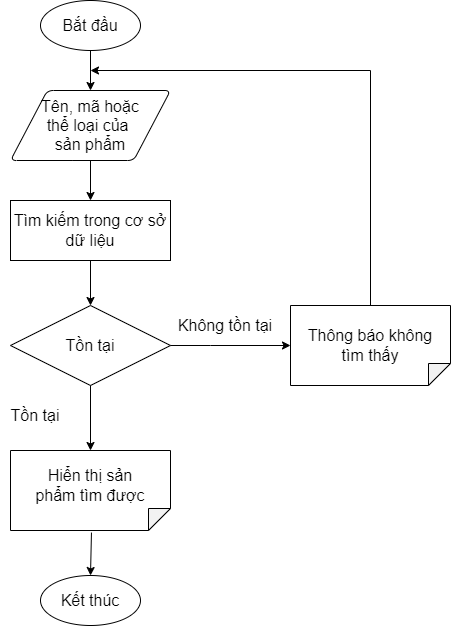
The draw.io diagram BRD & PRD/PRD/Image/WorkflowSearchProduct.png in hungtadasuke/CoffeShop_SoftwareTechnology, before a commit. Source tidied: cells renumbered, new cells last; positions are measured from the earlier drawing's top-left corner, leaving out a move shared by most shapes. The source it was exported from:
```xml
<mxGraphModel>
  <root>
    <mxCell id="0" />
    <mxCell id="1" parent="0" />
    <mxCell id="2" style="strokeWidth=1;html=1;shape=mxgraph.flowchart.start_1;whiteSpace=wrap;fontStyle=0;fontSize=16;" parent="1" vertex="1">
      <mxGeometry x="40" width="100" height="50" as="geometry" />
    </mxCell>
    <mxCell id="3" value="&lt;span style=&quot;font-size: 16px;&quot;&gt;&lt;font style=&quot;font-size: 16px;&quot;&gt;Bắt đầu&lt;/font&gt;&lt;/span&gt;" style="text;html=1;strokeColor=none;fillColor=none;align=center;verticalAlign=middle;whiteSpace=wrap;rounded=0;strokeWidth=1;fontStyle=0;fontSize=16;" parent="1" vertex="1">
      <mxGeometry x="60" y="10" width="60" height="30" as="geometry" />
    </mxCell>
    <mxCell id="4" style="endArrow=classic;html=1;rounded=0;fontSize=16;exitX=0.5;exitY=1;exitDx=0;exitDy=0;exitPerimeter=0;fontStyle=0;strokeWidth=1;" parent="1" edge="1" source="2">
      <mxGeometry relative="1" as="geometry">
        <mxPoint x="90" y="90" as="targetPoint" />
      </mxGeometry>
    </mxCell>
    <mxCell id="5" style="shape=parallelogram;html=1;strokeWidth=1;perimeter=parallelogramPerimeter;whiteSpace=wrap;rounded=1;arcSize=12;size=0.23;fontSize=16;fontStyle=0;" parent="1" vertex="1">
      <mxGeometry x="10" y="90" width="160" height="70" as="geometry" />
    </mxCell>
    <mxCell id="6" value="Tên, mã&amp;nbsp;&lt;font style=&quot;font-size: 16px&quot;&gt;&lt;span lang=&quot;VI&quot; style=&quot;line-height: 107%&quot;&gt;hoặc thể loại&lt;/span&gt;&lt;span style=&quot;line-height: 107%&quot;&gt; của&lt;/span&gt;&lt;/font&gt;&lt;span style=&quot;font-size: 13pt ; line-height: 107%&quot;&gt;&amp;nbsp;&lt;/span&gt;&lt;br&gt;sản phẩm" style="text;html=1;strokeColor=none;fillColor=none;align=center;verticalAlign=middle;whiteSpace=wrap;rounded=0;fontSize=16;fontStyle=0;strokeWidth=1;" parent="1" vertex="1">
      <mxGeometry x="40" y="110" width="100" height="30" as="geometry" />
    </mxCell>
    <mxCell id="7" style="endArrow=classic;html=1;rounded=0;fontSize=16;strokeWidth=1;entryX=0.5;entryY=0;entryDx=0;entryDy=0;" parent="1" edge="1" target="20">
      <mxGeometry relative="1" as="geometry">
        <mxPoint x="90" y="160" as="sourcePoint" />
      </mxGeometry>
    </mxCell>
    <mxCell id="8" value="Tồn tại" style="rhombus;whiteSpace=wrap;html=1;fontSize=16;strokeWidth=1;" parent="1" vertex="1">
      <mxGeometry x="10" y="305" width="160" height="80" as="geometry" />
    </mxCell>
    <mxCell id="9" value="Tồn tại" style="text;html=1;strokeColor=none;fillColor=none;align=center;verticalAlign=middle;whiteSpace=wrap;rounded=0;strokeWidth=1;fontStyle=0;fontSize=16;" parent="1" vertex="1">
      <mxGeometry y="400" width="70" height="30" as="geometry" />
    </mxCell>
    <mxCell id="10" style="endArrow=classic;html=1;rounded=0;fontSize=16;strokeWidth=1;exitX=0.5;exitY=1;exitDx=0;exitDy=0;" parent="1" edge="1" source="8" target="11">
      <mxGeometry relative="1" as="geometry" />
    </mxCell>
    <mxCell id="11" style="shape=note;whiteSpace=wrap;html=1;backgroundOutline=1;darkOpacity=0.05;fontSize=16;strokeWidth=1;rotation=90;size=22;" parent="1" vertex="1">
      <mxGeometry x="50" y="410" width="80" height="160" as="geometry" />
    </mxCell>
    <mxCell id="12" value="Hiển thị sản phẩm tìm được" style="text;html=1;strokeColor=none;fillColor=none;align=center;verticalAlign=middle;whiteSpace=wrap;rounded=0;fontSize=16;fontStyle=0;strokeWidth=1;" parent="1" vertex="1">
      <mxGeometry x="25" y="470" width="130" height="30" as="geometry" />
    </mxCell>
    <mxCell id="13" value="Không tồn tại" style="text;html=1;strokeColor=none;fillColor=none;align=center;verticalAlign=middle;whiteSpace=wrap;rounded=0;fontSize=16;" parent="1" vertex="1">
      <mxGeometry x="170" y="310" width="110" height="30" as="geometry" />
    </mxCell>
    <mxCell id="14" style="endArrow=classic;html=1;rounded=0;fontSize=16;strokeWidth=1;exitX=1.026;exitY=0.494;exitDx=0;exitDy=0;exitPerimeter=0;entryX=0.5;entryY=0;entryDx=0;entryDy=0;entryPerimeter=0;" parent="1" edge="1" source="11" target="15">
      <mxGeometry relative="1" as="geometry" />
    </mxCell>
    <mxCell id="15" value="&lt;span&gt;Kết thúc&lt;/span&gt;" style="strokeWidth=1;html=1;shape=mxgraph.flowchart.start_1;whiteSpace=wrap;fontStyle=0;fontSize=16;" parent="1" vertex="1">
      <mxGeometry x="40" y="575" width="100" height="50" as="geometry" />
    </mxCell>
    <mxCell id="16" style="shape=note;whiteSpace=wrap;html=1;backgroundOutline=1;darkOpacity=0.05;fontSize=16;strokeWidth=1;rotation=90;size=22;" parent="1" vertex="1">
      <mxGeometry x="330" y="265" width="80" height="160" as="geometry" />
    </mxCell>
    <mxCell id="17" value="Thông báo không tìm thấy" style="text;html=1;strokeColor=none;fillColor=none;align=center;verticalAlign=middle;whiteSpace=wrap;rounded=0;fontSize=16;fontStyle=0;strokeWidth=1;" parent="1" vertex="1">
      <mxGeometry x="305" y="330" width="130" height="30" as="geometry" />
    </mxCell>
    <mxCell id="18" style="edgeStyle=segmentEdgeStyle;endArrow=classic;html=1;rounded=0;exitX=0;exitY=0.5;exitDx=0;exitDy=0;exitPerimeter=0;" parent="1" edge="1" source="16">
      <mxGeometry relative="1" as="geometry">
        <mxPoint x="90" y="70" as="targetPoint" />
        <Array as="points">
          <mxPoint x="370" y="70" />
        </Array>
      </mxGeometry>
    </mxCell>
    <mxCell id="19" style="edgeStyle=segmentEdgeStyle;endArrow=classic;html=1;rounded=0;exitX=1;exitY=0.5;exitDx=0;exitDy=0;entryX=0.5;entryY=1;entryDx=0;entryDy=0;entryPerimeter=0;" parent="1" edge="1" source="8" target="16">
      <mxGeometry relative="1" as="geometry">
        <Array as="points">
          <mxPoint x="210" y="345" />
          <mxPoint x="210" y="345" />
        </Array>
      </mxGeometry>
    </mxCell>
    <mxCell id="20" value="Tìm kiếm trong cơ sở dữ liệu" style="rounded=0;whiteSpace=wrap;html=1;fontSize=16;" parent="1" vertex="1">
      <mxGeometry x="10" y="200" width="160" height="60" as="geometry" />
    </mxCell>
    <mxCell id="21" style="endArrow=classic;html=1;rounded=0;fontSize=16;exitX=0.5;exitY=1;exitDx=0;exitDy=0;entryX=0.5;entryY=0;entryDx=0;entryDy=0;" parent="1" edge="1" source="20" target="8">
      <mxGeometry relative="1" as="geometry" />
    </mxCell>
  </root>
</mxGraphModel>
```
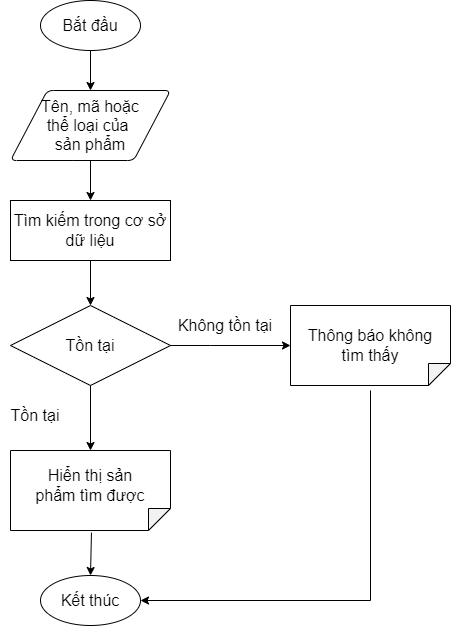
Later version of the same file.

What changed in the source:
```diff
@@ -8,22 +8,22 @@
     <mxCell id="3" value="&lt;span style=&quot;font-size: 16px;&quot;&gt;&lt;font style=&quot;font-size: 16px;&quot;&gt;Bắt đầu&lt;/font&gt;&lt;/span&gt;" style="text;html=1;strokeColor=none;fillColor=none;align=center;verticalAlign=middle;whiteSpace=wrap;rounded=0;strokeWidth=1;fontStyle=0;fontSize=16;" parent="1" vertex="1">
       <mxGeometry x="60" y="10" width="60" height="30" as="geometry" />
     </mxCell>
-    <mxCell id="4" style="endArrow=classic;html=1;rounded=0;fontSize=16;exitX=0.5;exitY=1;exitDx=0;exitDy=0;exitPerimeter=0;fontStyle=0;strokeWidth=1;" parent="1" edge="1" source="2">
-      <mxGeometry relative="1" as="geometry">
-        <mxPoint x="90" y="90" as="targetPoint" />
-      </mxGeometry>
-    </mxCell>
+    <mxCell id="22" style="endArrow=classic;html=1;rounded=0;fontSize=16;exitX=0.5;exitY=1;exitDx=0;exitDy=0;exitPerimeter=0;fontStyle=0;strokeWidth=1;" parent="1" edge="1" source="2">
+      <mxGeometry relative="1" as="geometry">
+        <mxPoint x="90" y="90" as="targetPoint" />
+      </mxGeometry>
+    </mxCell>
     <mxCell id="5" style="shape=parallelogram;html=1;strokeWidth=1;perimeter=parallelogramPerimeter;whiteSpace=wrap;rounded=1;arcSize=12;size=0.23;fontSize=16;fontStyle=0;" parent="1" vertex="1">
       <mxGeometry x="10" y="90" width="160" height="70" as="geometry" />
     </mxCell>
     <mxCell id="6" value="Tên, mã&amp;nbsp;&lt;font style=&quot;font-size: 16px&quot;&gt;&lt;span lang=&quot;VI&quot; style=&quot;line-height: 107%&quot;&gt;hoặc thể loại&lt;/span&gt;&lt;span style=&quot;line-height: 107%&quot;&gt; của&lt;/span&gt;&lt;/font&gt;&lt;span style=&quot;font-size: 13pt ; line-height: 107%&quot;&gt;&amp;nbsp;&lt;/span&gt;&lt;br&gt;sản phẩm" style="text;html=1;strokeColor=none;fillColor=none;align=center;verticalAlign=middle;whiteSpace=wrap;rounded=0;fontSize=16;fontStyle=0;strokeWidth=1;" parent="1" vertex="1">
       <mxGeometry x="40" y="110" width="100" height="30" as="geometry" />
     </mxCell>
-    <mxCell id="7" style="endArrow=classic;html=1;rounded=0;fontSize=16;strokeWidth=1;entryX=0.5;entryY=0;entryDx=0;entryDy=0;" parent="1" edge="1" target="20">
-      <mxGeometry relative="1" as="geometry">
-        <mxPoint x="90" y="160" as="sourcePoint" />
-      </mxGeometry>
-    </mxCell>
+    <mxCell id="23" style="endArrow=classic;html=1;rounded=0;fontSize=16;strokeWidth=1;entryX=0.5;entryY=0;entryDx=0;entryDy=0;" parent="1" edge="1" target="20">
+      <mxGeometry relative="1" as="geometry">
+        <mxPoint x="90" y="160" as="sourcePoint" />
+      </mxGeometry>
+    </mxCell>
     <mxCell id="8" value="Tồn tại" style="rhombus;whiteSpace=wrap;html=1;fontSize=16;strokeWidth=1;" parent="1" vertex="1">
       <mxGeometry x="10" y="305" width="160" height="80" as="geometry" />
     </mxCell>
@@ -54,14 +54,14 @@
     <mxCell id="17" value="Thông báo không tìm thấy" style="text;html=1;strokeColor=none;fillColor=none;align=center;verticalAlign=middle;whiteSpace=wrap;rounded=0;fontSize=16;fontStyle=0;strokeWidth=1;" parent="1" vertex="1">
       <mxGeometry x="305" y="330" width="130" height="30" as="geometry" />
     </mxCell>
-    <mxCell id="18" style="edgeStyle=segmentEdgeStyle;endArrow=classic;html=1;rounded=0;exitX=0;exitY=0.5;exitDx=0;exitDy=0;exitPerimeter=0;" parent="1" edge="1" source="16">
-      <mxGeometry relative="1" as="geometry">
-        <mxPoint x="90" y="70" as="targetPoint" />
-        <Array as="points">
-          <mxPoint x="370" y="70" />
-        </Array>
-      </mxGeometry>
-    </mxCell>
+    <mxCell id="24" style="edgeStyle=segmentEdgeStyle;endArrow=classic;html=1;rounded=0;entryX=1;entryY=0.5;entryDx=0;entryDy=0;entryPerimeter=0;" parent="1" edge="1" target="15">
+      <mxGeometry relative="1" as="geometry">
+        <mxPoint x="370" y="390" as="sourcePoint" />
+        <Array as="points">
+          <mxPoint x="370" y="600" />
+        </Array>
+      </mxGeometry>
+    </mxCell>
     <mxCell id="19" style="edgeStyle=segmentEdgeStyle;endArrow=classic;html=1;rounded=0;exitX=1;exitY=0.5;exitDx=0;exitDy=0;entryX=0.5;entryY=1;entryDx=0;entryDy=0;entryPerimeter=0;" parent="1" edge="1" source="8" target="16">
       <mxGeometry relative="1" as="geometry">
         <Array as="points">
```
